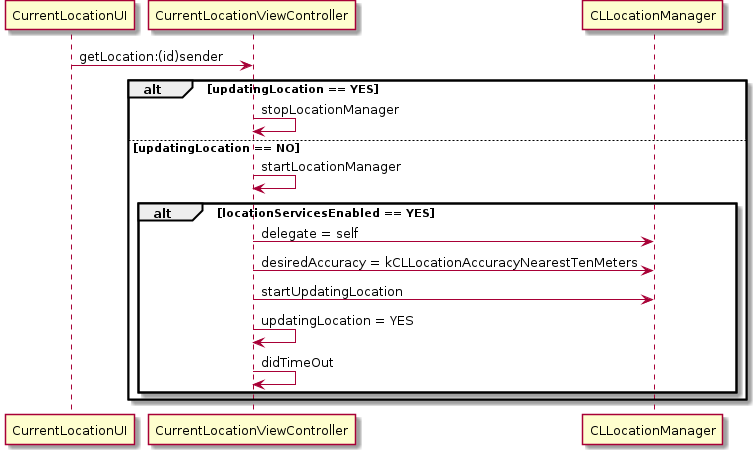
jpcarreira/MyLocations keeps this PlantUML diagram as UML/Diagrams/sd_obtainGpsCoordinatesAndPhysicalAddress.png. Above is the earlier version. Source of this version:
```plantuml
@startuml
CurrentLocationUI -> CurrentLocationViewController: getLocation:(id)sender
alt updatingLocation == YES
	CurrentLocationViewController -> CurrentLocationViewController: stopLocationManager
else updatingLocation == NO
	CurrentLocationViewController -> CurrentLocationViewController: startLocationManager
	alt locationServicesEnabled == YES
		CurrentLocationViewController -> CLLocationManager: delegate = self
		CurrentLocationViewController -> CLLocationManager: desiredAccuracy = kCLLocationAccuracyNearestTenMeters
		CurrentLocationViewController -> CLLocationManager: startUpdatingLocation
		CurrentLocationViewController -> CurrentLocationViewController: updatingLocation = YES
		CurrentLocationViewController -> CurrentLocationViewController: didTimeOut
	end
end
@enduml
```
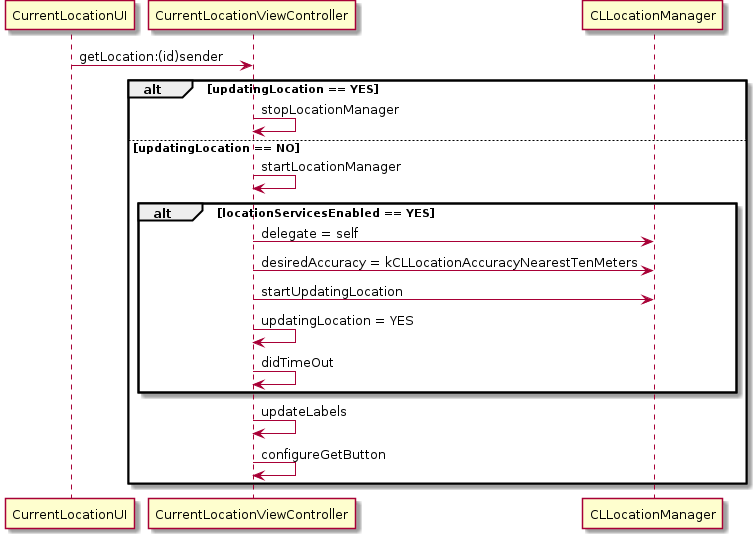
The same diagram one commit later.

Commit message:
fix on sequence diagram

Diff of the diagram source:
```diff
@@ -11,5 +11,7 @@
 		CurrentLocationViewController -> CurrentLocationViewController: updatingLocation = YES
 		CurrentLocationViewController -> CurrentLocationViewController: didTimeOut
 	end
+	CurrentLocationViewController -> CurrentLocationViewController: updateLabels
+	CurrentLocationViewController -> CurrentLocationViewController: configureGetButton
 end
 @enduml
```
